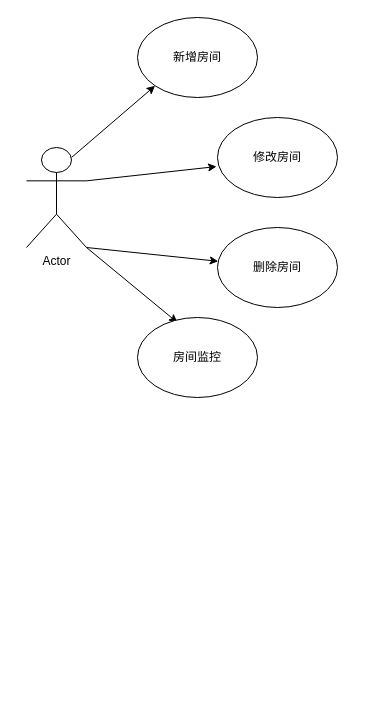
Earlier version of the draw.io diagram drawio/用户用例图.drawio (jhongxu/image-hosting). Source tidied: cells renumbered, new cells numbered last; positions are measured from the earlier drawing's top-left corner, leaving out a move shared by most shapes. Both pictures are drawn from the tidied source at 100%, with x=0, y=0 at pixel (26, 17).
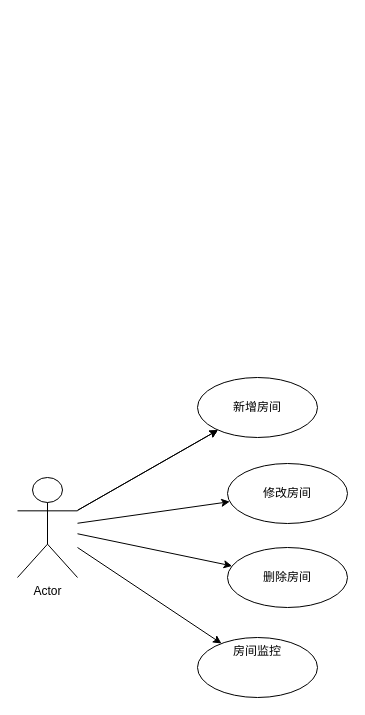
The same page after the edit.

Commit message (it also covers changes not shown here):
更新用户用例图.drawio

What changed in the source:
```diff
@@
 <mxGraphModel>
   <root>
     <mxCell id="0" />
     <mxCell id="1" parent="0" />
-    <mxCell id="2" style="rounded=0;jettySize=auto;html=1;exitX=0.75;exitY=0.1;exitDx=0;exitDy=0;exitPerimeter=0;entryX=0;entryY=1;entryDx=0;entryDy=0;" parent="1" edge="1" source="6" target="7">
-      <mxGeometry relative="1" as="geometry" />
-    </mxCell>
+    <mxCell id="11" style="rounded=0;jettySize=auto;html=1;" parent="1" edge="1" source="6" target="7">
+      <mxGeometry relative="1" as="geometry" />
+    </mxCell>
+    <mxCell id="12" style="edgeStyle=none;rounded=0;jettySize=auto;html=1;" parent="1" edge="1" source="6" target="7">
+      <mxGeometry relative="1" as="geometry" />
+    </mxCell>
-    <mxCell id="3" style="edgeStyle=none;rounded=0;jettySize=auto;html=1;exitX=1;exitY=0.3333333333333333;exitDx=0;exitDy=0;exitPerimeter=0;entryX=-0.008;entryY=0.613;entryDx=0;entryDy=0;entryPerimeter=0;" parent="1" edge="1" source="6" target="8">
+    <mxCell id="3" style="edgeStyle=none;rounded=0;jettySize=auto;html=1;" parent="1" edge="1" source="6" target="8">
       <mxGeometry relative="1" as="geometry" />
     </mxCell>
-    <mxCell id="4" style="edgeStyle=none;rounded=0;jettySize=auto;html=1;exitX=1;exitY=1;exitDx=0;exitDy=0;exitPerimeter=0;" parent="1" edge="1" source="6" target="9">
+    <mxCell id="4" style="edgeStyle=none;rounded=0;jettySize=auto;html=1;" parent="1" edge="1" source="6" target="9">
       <mxGeometry relative="1" as="geometry" />
     </mxCell>
-    <mxCell id="5" style="edgeStyle=none;rounded=0;jettySize=auto;html=1;exitX=1;exitY=1;exitDx=0;exitDy=0;exitPerimeter=0;entryX=0.333;entryY=0.063;entryDx=0;entryDy=0;entryPerimeter=0;" parent="1" edge="1" source="6" target="10">
+    <mxCell id="5" style="edgeStyle=none;rounded=0;jettySize=auto;html=1;" parent="1" edge="1" source="6" target="10">
       <mxGeometry relative="1" as="geometry" />
     </mxCell>
     <mxCell id="6" value="Actor" style="shape=umlActor;verticalLabelPosition=bottom;verticalAlign=top;html=1;outlineConnect=0;" parent="1" vertex="1">
-      <mxGeometry y="130" width="60" height="100" as="geometry" />
+      <mxGeometry x="-9" y="460" width="60" height="100" as="geometry" />
     </mxCell>
-    <mxCell id="7" value="新增房间" style="ellipse;whiteSpace=wrap;html=1;" parent="1" vertex="1">
-      <mxGeometry x="111" width="120" height="80" as="geometry" />
+    <mxCell id="7" value="新增房间" style="ellipse;whiteSpace=wrap;html=1;verticalAlign=middle;align=center;" parent="1" vertex="1">
+      <mxGeometry x="171" y="360" width="120" height="60" as="geometry" />
     </mxCell>
-    <mxCell id="8" value="修改房间" style="ellipse;whiteSpace=wrap;html=1;" parent="1" vertex="1">
-      <mxGeometry x="191" y="100" width="120" height="80" as="geometry" />
+    <mxCell id="8" value="修改房间" style="ellipse;whiteSpace=wrap;html=1;verticalAlign=middle;" parent="1" vertex="1">
+      <mxGeometry x="201" y="446" width="120" height="60" as="geometry" />
     </mxCell>
-    <mxCell id="9" value="删除房间" style="ellipse;whiteSpace=wrap;html=1;" parent="1" vertex="1">
-      <mxGeometry x="191" y="210" width="120" height="80" as="geometry" />
+    <mxCell id="9" value="删除房间" style="ellipse;whiteSpace=wrap;html=1;verticalAlign=middle;" parent="1" vertex="1">
+      <mxGeometry x="201" y="530" width="120" height="60" as="geometry" />
     </mxCell>
-    <mxCell id="10" value="房间监控" style="ellipse;whiteSpace=wrap;html=1;" parent="1" vertex="1">
-      <mxGeometry x="111" y="300" width="120" height="80" as="geometry" />
+    <mxCell id="10" value="房间监控" style="ellipse;whiteSpace=wrap;html=1;verticalAlign=top;" parent="1" vertex="1">
+      <mxGeometry x="171" y="620" width="120" height="60" as="geometry" />
     </mxCell>
   </root>
 </mxGraphModel>
```
